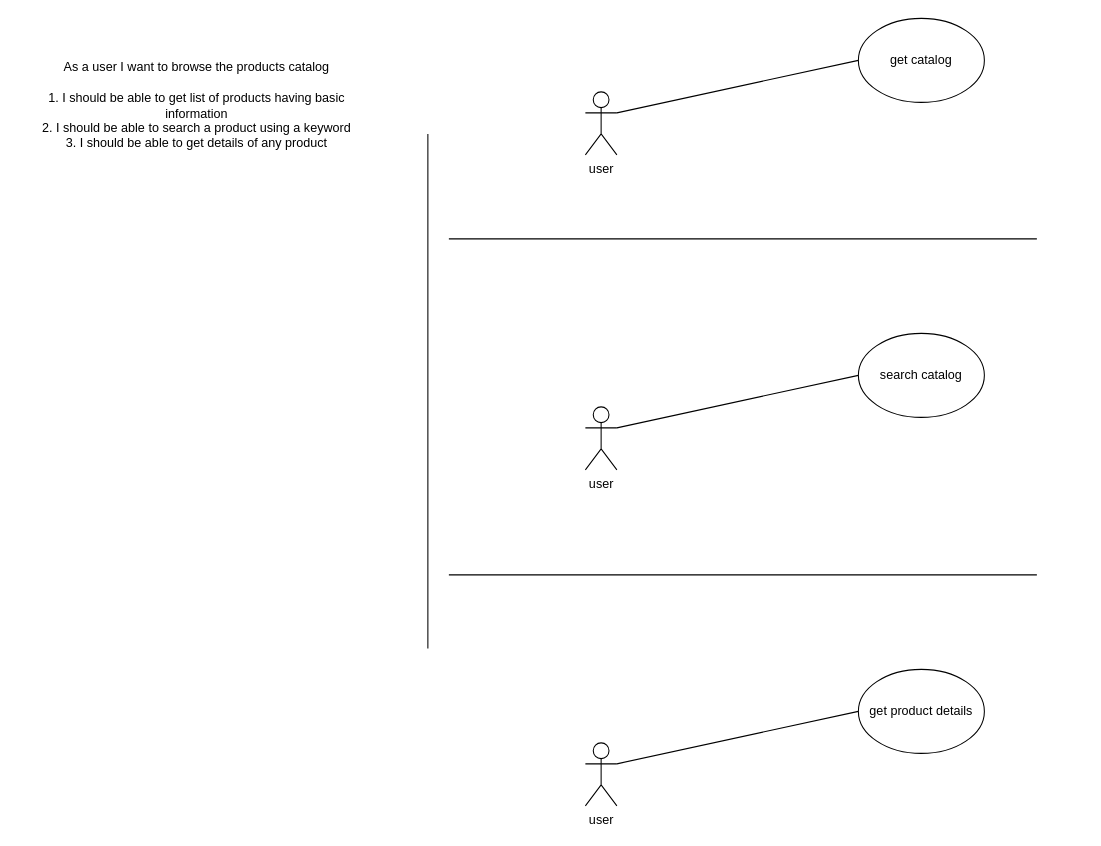
Before: use-case/browse-catalog.drawio in rd-raven/stirzz-design, a draw.io diagram. Source tidied: cells renumbered, new cells numbered last; positions are measured from the earlier drawing's top-left corner, leaving out a move shared by most shapes. Both pictures are drawn from the tidied source at 105%, with x=0, y=0 at pixel (18, 18).
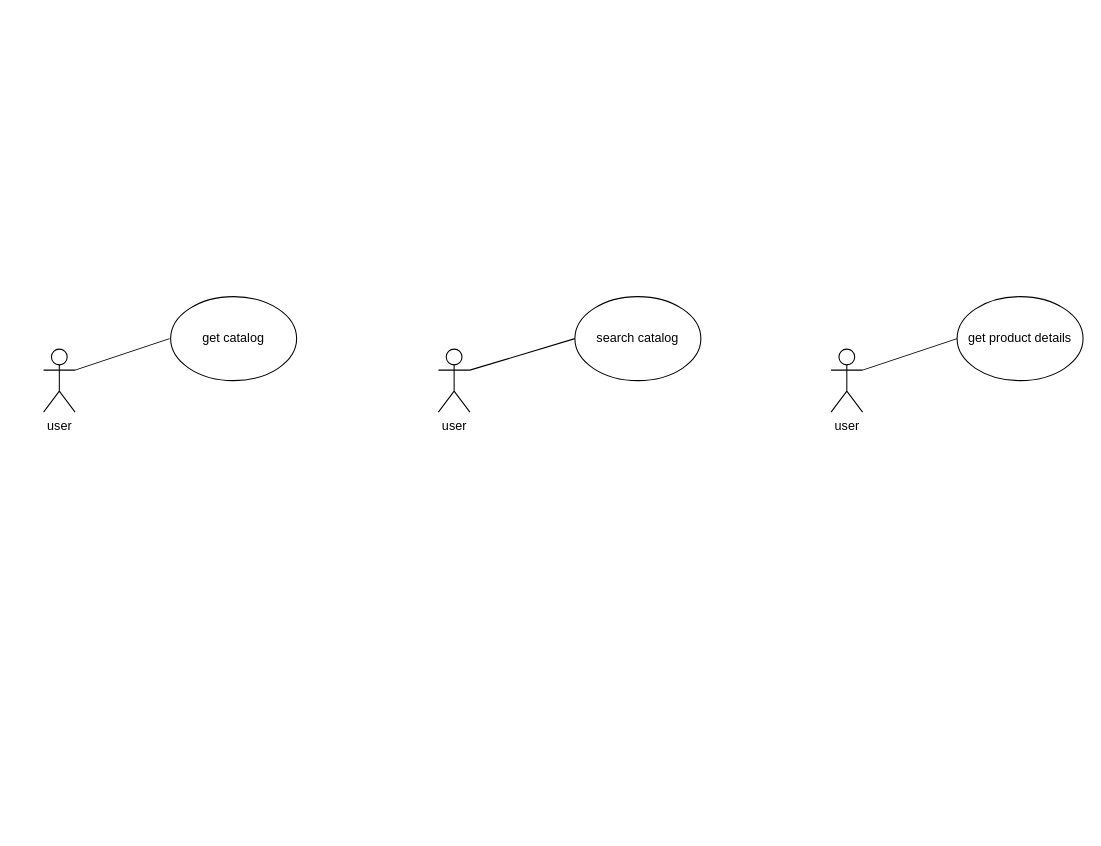
After the change.

Change to the diagram source:
```diff
@@
 <mxGraphModel>
   <root>
     <mxCell id="0" />
     <mxCell id="1" parent="0" />
-    <mxCell id="2" style="rounded=0;jettySize=auto;html=1;exitX=1;exitY=0.3333333333333333;exitDx=0;exitDy=0;exitPerimeter=0;entryX=0;entryY=0.5;entryDx=0;entryDy=0;endArrow=none;endFill=0;" parent="1" edge="1" source="3" target="4">
-      <mxGeometry relative="1" as="geometry" />
+    <mxCell id="2" style="rounded=0;jettySize=auto;html=1;exitX=1;exitY=0.3333333333333333;exitDx=0;exitDy=0;exitPerimeter=0;entryX=0;entryY=0.5;entryDx=0;entryDy=0;endArrow=none;endFill=0;" parent="1" edge="1" source="3">
+      <mxGeometry relative="1" as="geometry">
+        <mxPoint x="144" y="305" as="targetPoint" />
+      </mxGeometry>
     </mxCell>
     <mxCell id="3" value="user" style="shape=umlActor;verticalLabelPosition=bottom;verticalAlign=top;html=1;outlineConnect=0;" parent="1" vertex="1">
-      <mxGeometry x="540" y="70" width="30" height="60" as="geometry" />
+      <mxGeometry x="24" y="315" width="30" height="60" as="geometry" />
     </mxCell>
     <mxCell id="4" value="get catalog" style="ellipse;whiteSpace=wrap;html=1;" parent="1" vertex="1">
-      <mxGeometry x="800" width="120" height="80" as="geometry" />
+      <mxGeometry x="145" y="265" width="120" height="80" as="geometry" />
     </mxCell>
-    <mxCell id="5" style="endArrow=none;html=1;rounded=0;" parent="1" edge="1">
-      <mxGeometry relative="1" as="geometry">
-        <mxPoint x="410" y="210" as="sourcePoint" />
-        <mxPoint x="970" y="210" as="targetPoint" />
-      </mxGeometry>
-    </mxCell>
     <mxCell id="6" style="rounded=0;jettySize=auto;html=1;exitX=1;exitY=0.3333333333333333;exitDx=0;exitDy=0;exitPerimeter=0;entryX=0;entryY=0.5;entryDx=0;entryDy=0;endArrow=none;endFill=0;" parent="1" edge="1" source="7" target="8">
       <mxGeometry relative="1" as="geometry" />
     </mxCell>
     <mxCell id="7" value="user" style="shape=umlActor;verticalLabelPosition=bottom;verticalAlign=top;html=1;outlineConnect=0;" parent="1" vertex="1">
-      <mxGeometry x="540" y="370" width="30" height="60" as="geometry" />
+      <mxGeometry x="400" y="315" width="30" height="60" as="geometry" />
     </mxCell>
     <mxCell id="8" value="search catalog" style="ellipse;whiteSpace=wrap;html=1;" parent="1" vertex="1">
-      <mxGeometry x="800" y="300" width="120" height="80" as="geometry" />
+      <mxGeometry x="530" y="265" width="120" height="80" as="geometry" />
     </mxCell>
-    <mxCell id="9" style="endArrow=none;html=1;rounded=0;" parent="1" edge="1">
-      <mxGeometry relative="1" as="geometry">
-        <mxPoint x="410" y="530" as="sourcePoint" />
-        <mxPoint x="970" y="530" as="targetPoint" />
-      </mxGeometry>
-    </mxCell>
     <mxCell id="10" style="rounded=0;jettySize=auto;html=1;exitX=1;exitY=0.3333333333333333;exitDx=0;exitDy=0;exitPerimeter=0;entryX=0;entryY=0.5;entryDx=0;entryDy=0;endArrow=none;endFill=0;" parent="1" edge="1" source="11" target="12">
       <mxGeometry relative="1" as="geometry" />
     </mxCell>
     <mxCell id="11" value="user" style="shape=umlActor;verticalLabelPosition=bottom;verticalAlign=top;html=1;outlineConnect=0;" parent="1" vertex="1">
-      <mxGeometry x="540" y="690" width="30" height="60" as="geometry" />
+      <mxGeometry x="774" y="315" width="30" height="60" as="geometry" />
     </mxCell>
     <mxCell id="12" value="get product details" style="ellipse;whiteSpace=wrap;html=1;" parent="1" vertex="1">
-      <mxGeometry x="800" y="620" width="120" height="80" as="geometry" />
+      <mxGeometry x="894" y="265" width="120" height="80" as="geometry" />
     </mxCell>
-    <mxCell id="13" value="&lt;div&gt;As a user I want to browse the products catalog&lt;br&gt;&lt;br&gt;&lt;/div&gt;&lt;div&gt;1. I should be able to get list of products having basic information&lt;br&gt;2. I should be able to search a product using a keyword&lt;br&gt;3. I should be able to get details of any product&lt;br&gt;&lt;/div&gt;" style="text;html=1;align=center;verticalAlign=middle;whiteSpace=wrap;rounded=0;" parent="1" vertex="1">
-      <mxGeometry y="25" width="340" height="115" as="geometry" />
-    </mxCell>
-    <mxCell id="14" style="endArrow=none;html=1;rounded=0;" parent="1" edge="1">
-      <mxGeometry relative="1" as="geometry">
-        <mxPoint x="390" y="600" as="sourcePoint" />
-        <mxPoint x="390" y="110" as="targetPoint" />
-      </mxGeometry>
-    </mxCell>
   </root>
 </mxGraphModel>
```
